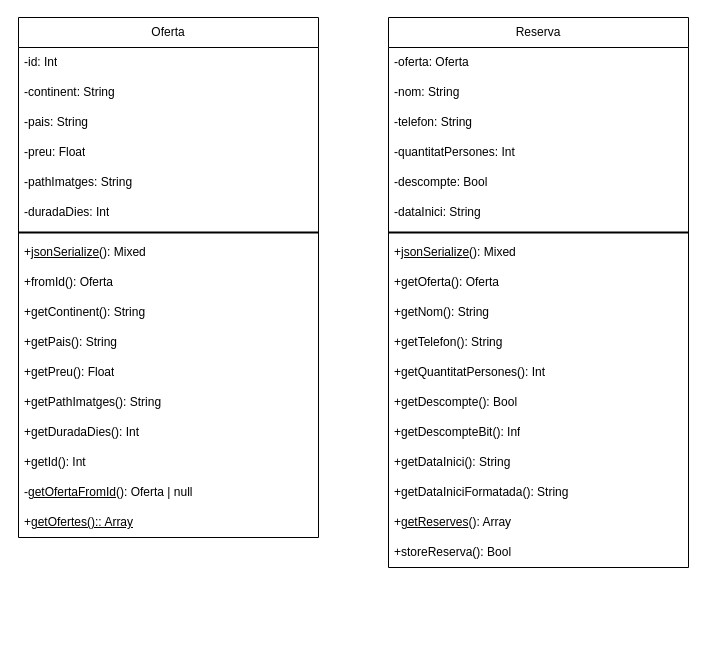
The draw.io diagram diagrama_caso_clases.drawio in martinh118/M12_P1_Wonderfull_Travel, before the edit. Source tidied: cells renumbered, new cells numbered last; positions are measured from the earlier drawing's top-left corner, leaving out a move shared by most shapes. Both pictures are drawn from the tidied source at 100%, with x=0, y=0 at pixel (18, 17).
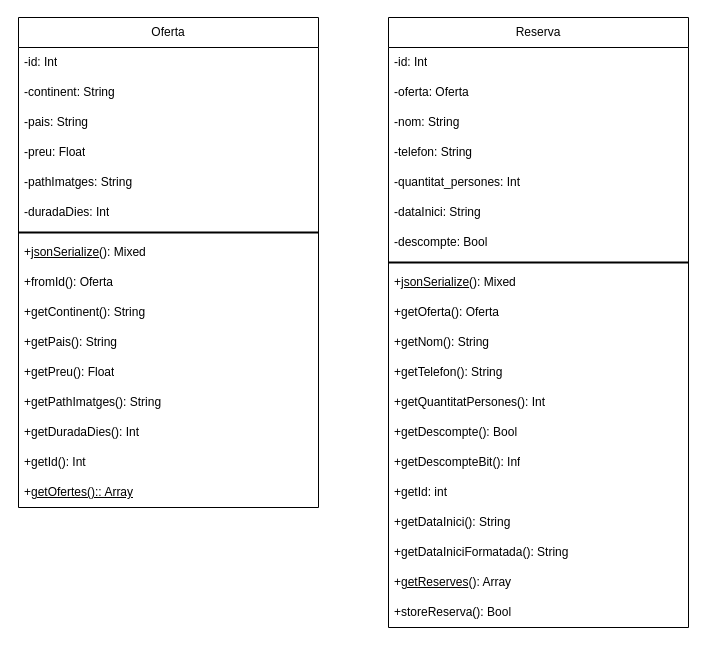
After the change.

Diff of the diagram source:
```diff
@@
     <mxCell id="2" value="Oferta" style="swimlane;fontStyle=0;horizontal=1;startSize=30;whiteSpace=wrap;html=1;" parent="1" vertex="1">
-      <mxGeometry width="300" height="520" as="geometry" />
+      <mxGeometry width="300" height="490" as="geometry" />
     </mxCell>
@@
-    <mxCell id="18" value="-&lt;u&gt;getOfertaFromId&lt;/u&gt;(): Oferta | null" style="text;strokeColor=none;fillColor=none;align=left;verticalAlign=middle;spacingLeft=4;spacingRight=4;overflow=hidden;whiteSpace=wrap;html=1;" parent="2" vertex="1">
-      <mxGeometry y="460" width="300" height="30" as="geometry" />
-    </mxCell>
     <mxCell id="19" value="+&lt;u&gt;getOfertes():: Array&lt;/u&gt;" style="text;strokeColor=none;fillColor=none;align=left;verticalAlign=middle;spacingLeft=4;spacingRight=4;overflow=hidden;whiteSpace=wrap;html=1;" parent="2" vertex="1">
-      <mxGeometry y="490" width="300" height="30" as="geometry" />
+      <mxGeometry y="460" width="300" height="30" as="geometry" />
     </mxCell>
     <mxCell id="20" value="Reserva" style="swimlane;fontStyle=0;horizontal=1;startSize=30;whiteSpace=wrap;html=1;" parent="1" vertex="1">
-      <mxGeometry x="370" width="300" height="550" as="geometry" />
+      <mxGeometry x="370" width="300" height="610" as="geometry" />
     </mxCell>
+    <mxCell id="39" value="-id: Int" style="text;strokeColor=none;fillColor=none;align=left;verticalAlign=middle;spacingLeft=4;spacingRight=4;overflow=hidden;whiteSpace=wrap;html=1;" parent="20" vertex="1">
+      <mxGeometry y="30" width="300" height="30" as="geometry" />
+    </mxCell>
     <mxCell id="21" value="-oferta: Oferta" style="text;strokeColor=none;fillColor=none;align=left;verticalAlign=middle;spacingLeft=4;spacingRight=4;overflow=hidden;whiteSpace=wrap;html=1;" parent="20" vertex="1">
-      <mxGeometry y="30" width="300" height="30" as="geometry" />
+      <mxGeometry y="60" width="300" height="30" as="geometry" />
     </mxCell>
     <mxCell id="22" value="-nom: String" style="text;strokeColor=none;fillColor=none;align=left;verticalAlign=middle;spacingLeft=4;spacingRight=4;overflow=hidden;whiteSpace=wrap;html=1;" parent="20" vertex="1">
-      <mxGeometry y="60" width="300" height="30" as="geometry" />
+      <mxGeometry y="90" width="300" height="30" as="geometry" />
     </mxCell>
     <mxCell id="23" value="-telefon: String" style="text;strokeColor=none;fillColor=none;align=left;verticalAlign=middle;spacingLeft=4;spacingRight=4;overflow=hidden;whiteSpace=wrap;html=1;" parent="20" vertex="1">
-      <mxGeometry y="90" width="300" height="30" as="geometry" />
+      <mxGeometry y="120" width="300" height="30" as="geometry" />
     </mxCell>
-    <mxCell id="24" value="-quantitatPersones: Int" style="text;strokeColor=none;fillColor=none;align=left;verticalAlign=middle;spacingLeft=4;spacingRight=4;overflow=hidden;whiteSpace=wrap;html=1;" parent="20" vertex="1">
-      <mxGeometry y="120" width="300" height="30" as="geometry" />
+    <mxCell id="24" value="-quantitat_persones: Int" style="text;strokeColor=none;fillColor=none;align=left;verticalAlign=middle;spacingLeft=4;spacingRight=4;overflow=hidden;whiteSpace=wrap;html=1;" parent="20" vertex="1">
+      <mxGeometry y="150" width="300" height="30" as="geometry" />
     </mxCell>
+    <mxCell id="26" value="-dataInici: String" style="text;strokeColor=none;fillColor=none;align=left;verticalAlign=middle;spacingLeft=4;spacingRight=4;overflow=hidden;whiteSpace=wrap;html=1;" parent="20" vertex="1">
+      <mxGeometry y="180" width="300" height="30" as="geometry" />
+    </mxCell>
     <mxCell id="25" value="-descompte: Bool" style="text;strokeColor=none;fillColor=none;align=left;verticalAlign=middle;spacingLeft=4;spacingRight=4;overflow=hidden;whiteSpace=wrap;html=1;" parent="20" vertex="1">
-      <mxGeometry y="150" width="300" height="30" as="geometry" />
+      <mxGeometry y="210" width="300" height="30" as="geometry" />
     </mxCell>
-    <mxCell id="26" value="-dataInici: String" style="text;strokeColor=none;fillColor=none;align=left;verticalAlign=middle;spacingLeft=4;spacingRight=4;overflow=hidden;whiteSpace=wrap;html=1;" parent="20" vertex="1">
-      <mxGeometry y="180" width="300" height="30" as="geometry" />
-    </mxCell>
     <mxCell id="27" style="line;strokeWidth=2;html=1;" parent="20" vertex="1">
-      <mxGeometry y="210" width="300" height="10" as="geometry" />
+      <mxGeometry y="240" width="300" height="10" as="geometry" />
     </mxCell>
     <mxCell id="28" value="+&lt;u&gt;jsonSerialize&lt;/u&gt;(): Mixed" style="text;strokeColor=none;fillColor=none;align=left;verticalAlign=middle;spacingLeft=4;spacingRight=4;overflow=hidden;whiteSpace=wrap;html=1;" parent="20" vertex="1">
-      <mxGeometry y="220" width="300" height="30" as="geometry" />
+      <mxGeometry y="250" width="300" height="30" as="geometry" />
     </mxCell>
     <mxCell id="29" value="+getOferta(): Oferta" style="text;strokeColor=none;fillColor=none;align=left;verticalAlign=middle;spacingLeft=4;spacingRight=4;overflow=hidden;whiteSpace=wrap;html=1;" parent="20" vertex="1">
-      <mxGeometry y="250" width="300" height="30" as="geometry" />
+      <mxGeometry y="280" width="300" height="30" as="geometry" />
     </mxCell>
     <mxCell id="30" value="+getNom(): String" style="text;strokeColor=none;fillColor=none;align=left;verticalAlign=middle;spacingLeft=4;spacingRight=4;overflow=hidden;whiteSpace=wrap;html=1;" parent="20" vertex="1">
-      <mxGeometry y="280" width="300" height="30" as="geometry" />
+      <mxGeometry y="310" width="300" height="30" as="geometry" />
     </mxCell>
     <mxCell id="31" value="+getTelefon(): String" style="text;strokeColor=none;fillColor=none;align=left;verticalAlign=middle;spacingLeft=4;spacingRight=4;overflow=hidden;whiteSpace=wrap;html=1;" parent="20" vertex="1">
-      <mxGeometry y="310" width="300" height="30" as="geometry" />
+      <mxGeometry y="340" width="300" height="30" as="geometry" />
     </mxCell>
     <mxCell id="32" value="+getQuantitatPersones(): Int" style="text;strokeColor=none;fillColor=none;align=left;verticalAlign=middle;spacingLeft=4;spacingRight=4;overflow=hidden;whiteSpace=wrap;html=1;" parent="20" vertex="1">
-      <mxGeometry y="340" width="300" height="30" as="geometry" />
+      <mxGeometry y="370" width="300" height="30" as="geometry" />
     </mxCell>
     <mxCell id="33" value="+getDescompte(): Bool" style="text;strokeColor=none;fillColor=none;align=left;verticalAlign=middle;spacingLeft=4;spacingRight=4;overflow=hidden;whiteSpace=wrap;html=1;" parent="20" vertex="1">
-      <mxGeometry y="370" width="300" height="30" as="geometry" />
+      <mxGeometry y="400" width="300" height="30" as="geometry" />
     </mxCell>
     <mxCell id="34" value="+getDescompteBit(): Inf" style="text;strokeColor=none;fillColor=none;align=left;verticalAlign=middle;spacingLeft=4;spacingRight=4;overflow=hidden;whiteSpace=wrap;html=1;" parent="20" vertex="1">
-      <mxGeometry y="400" width="300" height="30" as="geometry" />
+      <mxGeometry y="430" width="300" height="30" as="geometry" />
     </mxCell>
+    <mxCell id="40" value="+getId: int" style="text;strokeColor=none;fillColor=none;align=left;verticalAlign=middle;spacingLeft=4;spacingRight=4;overflow=hidden;whiteSpace=wrap;html=1;" parent="20" vertex="1">
+      <mxGeometry y="460" width="300" height="30" as="geometry" />
+    </mxCell>
     <mxCell id="35" value="+getDataInici(): String" style="text;strokeColor=none;fillColor=none;align=left;verticalAlign=middle;spacingLeft=4;spacingRight=4;overflow=hidden;whiteSpace=wrap;html=1;" parent="20" vertex="1">
-      <mxGeometry y="430" width="300" height="30" as="geometry" />
+      <mxGeometry y="490" width="300" height="30" as="geometry" />
     </mxCell>
     <mxCell id="36" value="+getDataIniciFormatada(): String" style="text;strokeColor=none;fillColor=none;align=left;verticalAlign=middle;spacingLeft=4;spacingRight=4;overflow=hidden;whiteSpace=wrap;html=1;" parent="20" vertex="1">
-      <mxGeometry y="460" width="300" height="30" as="geometry" />
+      <mxGeometry y="520" width="300" height="30" as="geometry" />
     </mxCell>
     <mxCell id="37" value="+&lt;u&gt;getReserves&lt;/u&gt;(): Array" style="text;strokeColor=none;fillColor=none;align=left;verticalAlign=middle;spacingLeft=4;spacingRight=4;overflow=hidden;whiteSpace=wrap;html=1;" parent="20" vertex="1">
-      <mxGeometry y="490" width="300" height="30" as="geometry" />
+      <mxGeometry y="550" width="300" height="30" as="geometry" />
     </mxCell>
     <mxCell id="38" value="+storeReserva(): Bool" style="text;strokeColor=none;fillColor=none;align=left;verticalAlign=middle;spacingLeft=4;spacingRight=4;overflow=hidden;whiteSpace=wrap;html=1;" parent="20" vertex="1">
-      <mxGeometry y="520" width="300" height="30" as="geometry" />
+      <mxGeometry y="580" width="300" height="30" as="geometry" />
     </mxCell>
```
